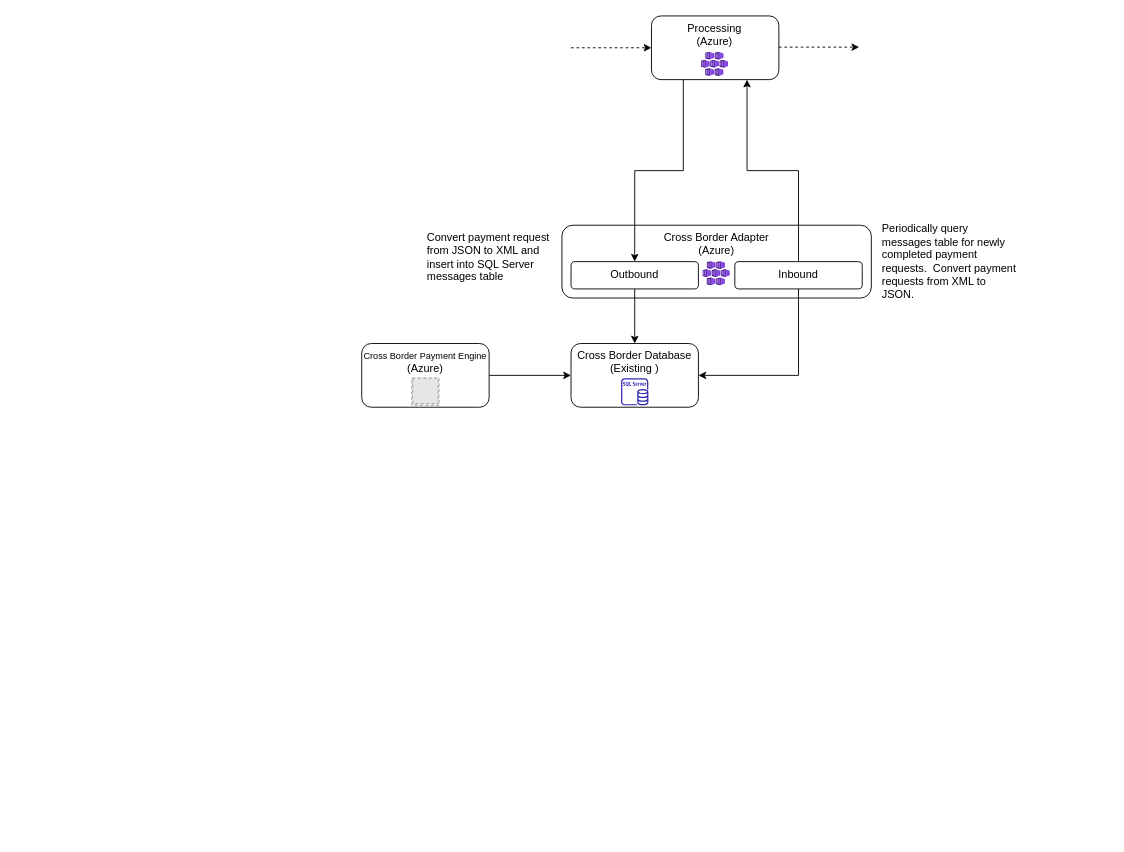
DEFRA/ffc-diagrams keeps this draw.io diagram as Payments/xb.drawio. Above is the earlier version. Source tidied: cells renumbered, new cells numbered last; positions are measured from the earlier drawing's top-left corner, leaving out a move shared by most shapes. Both pictures are drawn from the tidied source at 91%, with x=0, y=0 at pixel (361, 15). Pictures stored in the file or linked from it are replaced by grey dashed boxes.
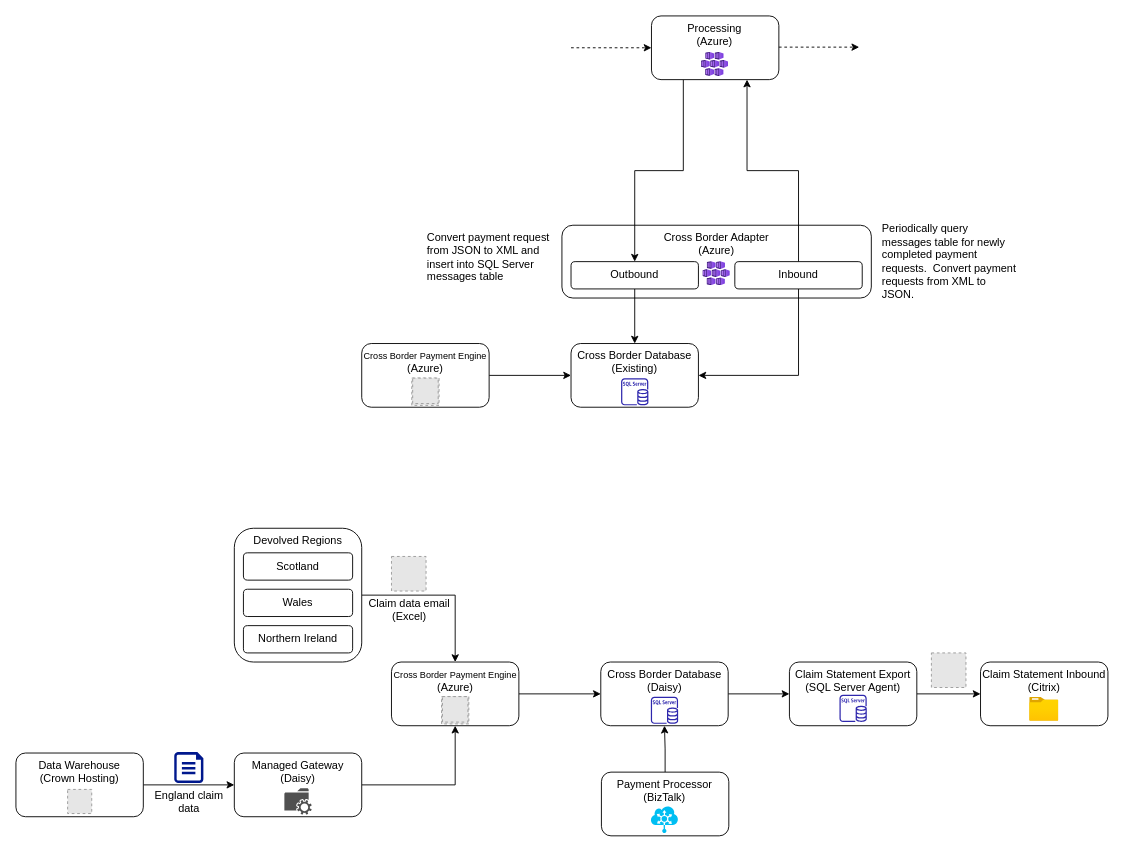
Above is the later version.

What changed in the source:
```diff
@@
+    <mxCell id="22" style="edgeStyle=orthogonalEdgeStyle;rounded=0;jettySize=auto;html=1;entryX=0.5;entryY=0;entryDx=0;entryDy=0;" parent="1" edge="1" source="23" target="28">
+      <mxGeometry relative="1" as="geometry" />
+    </mxCell>
+    <mxCell id="23" value="Devolved Regions" style="rounded=1;whiteSpace=wrap;html=1;verticalAlign=top;" parent="1" vertex="1">
+      <mxGeometry x="-140" y="563" width="140" height="147" as="geometry" />
+    </mxCell>
@@
-    <mxCell id="11" value="Cross Border Database&lt;br&gt;(Existing )" style="rounded=1;whiteSpace=wrap;html=1;verticalAlign=top;fontSize=12;" parent="1" vertex="1">
+    <mxCell id="11" value="Cross Border Database&lt;br&gt;(Existing)" style="rounded=1;whiteSpace=wrap;html=1;verticalAlign=top;fontSize=12;" parent="1" vertex="1">
       <mxGeometry x="230" y="360" width="140" height="70" as="geometry" />
     </mxCell>
@@
+    <mxCell id="24" style="edgeStyle=orthogonalEdgeStyle;rounded=0;jettySize=auto;html=1;entryX=0;entryY=0.5;entryDx=0;entryDy=0;" parent="1" edge="1" source="25" target="35">
+      <mxGeometry relative="1" as="geometry" />
+    </mxCell>
+    <mxCell id="25" value="Cross Border Database&lt;br&gt;(Daisy)" style="rounded=1;whiteSpace=wrap;html=1;verticalAlign=top;fontSize=12;" parent="1" vertex="1">
+      <mxGeometry x="262.7" y="710" width="140" height="70" as="geometry" />
+    </mxCell>
+    <mxCell id="26" style="sketch=0;fontColor=#232F3E;gradientColor=none;fillColor=#2E27AD;strokeColor=none;dashed=0;verticalLabelPosition=bottom;verticalAlign=top;align=center;html=1;fontSize=12;fontStyle=0;shape=mxgraph.aws4.rds_sql_server_instance;" parent="1" vertex="1">
+      <mxGeometry x="317.7" y="748" width="30" height="30" as="geometry" />
+    </mxCell>
+    <mxCell id="27" style="edgeStyle=orthogonalEdgeStyle;rounded=0;jettySize=auto;html=1;entryX=0;entryY=0.5;entryDx=0;entryDy=0;fontSize=10;" parent="1" edge="1" source="28" target="25">
+      <mxGeometry relative="1" as="geometry" />
+    </mxCell>
+    <mxCell id="28" value="&lt;font style=&quot;font-size: 10px;&quot;&gt;Cross Border Payment Engine&lt;/font&gt;&lt;br&gt;(Azure)" style="rounded=1;whiteSpace=wrap;html=1;verticalAlign=top;fontSize=12;" parent="1" vertex="1">
+      <mxGeometry x="32.7" y="710" width="140" height="70" as="geometry" />
+    </mxCell>
+    <mxCell id="29" style="fillColor=#E6E6E6;strokeColor=#999999;dashed=1;verticalLabelPosition=bottom;labelBackgroundColor=default;verticalAlign=top;" parent="1" vertex="1">
+      <mxGeometry x="87.7" y="748" width="30" height="30" as="geometry" />
+    </mxCell>
+    <mxCell id="30" style="fillColor=#E6E6E6;strokeColor=#999999;dashed=1;verticalLabelPosition=bottom;labelBackgroundColor=default;verticalAlign=top;" parent="1" vertex="1">
+      <mxGeometry x="88.7" y="748" width="28" height="28" as="geometry" />
+    </mxCell>
+    <mxCell id="31" style="edgeStyle=orthogonalEdgeStyle;rounded=0;jettySize=auto;html=1;entryX=0.5;entryY=1;entryDx=0;entryDy=0;" parent="1" edge="1" source="32" target="25">
+      <mxGeometry relative="1" as="geometry" />
+    </mxCell>
+    <mxCell id="32" value="Payment Processor&lt;br&gt;(BizTalk)" style="rounded=1;whiteSpace=wrap;html=1;verticalAlign=top;fontSize=12;" parent="1" vertex="1">
+      <mxGeometry x="263.4" y="831" width="140" height="70" as="geometry" />
+    </mxCell>
+    <mxCell id="33" style="verticalLabelPosition=bottom;html=1;verticalAlign=top;align=center;strokeColor=none;fillColor=#00BEF2;shape=mxgraph.azure.biztalk_services;" parent="1" vertex="1">
+      <mxGeometry x="317.7" y="868" width="30" height="30" as="geometry" />
+    </mxCell>
+    <mxCell id="34" style="edgeStyle=orthogonalEdgeStyle;rounded=0;jettySize=auto;html=1;" parent="1" edge="1" source="35" target="37">
+      <mxGeometry relative="1" as="geometry" />
+    </mxCell>
+    <mxCell id="35" value="Claim Statement Export&lt;br&gt;(SQL Server Agent)" style="rounded=1;whiteSpace=wrap;html=1;verticalAlign=top;fontSize=12;" parent="1" vertex="1">
+      <mxGeometry x="470" y="710" width="140" height="70" as="geometry" />
+    </mxCell>
+    <mxCell id="36" style="sketch=0;fontColor=#232F3E;gradientColor=none;fillColor=#2E27AD;strokeColor=none;dashed=0;verticalLabelPosition=bottom;verticalAlign=top;align=center;html=1;fontSize=12;fontStyle=0;shape=mxgraph.aws4.rds_sql_server_instance;" parent="1" vertex="1">
+      <mxGeometry x="525" y="746" width="30" height="30" as="geometry" />
+    </mxCell>
+    <mxCell id="37" value="Claim Statement Inbound&lt;br&gt;(Citrix)" style="rounded=1;whiteSpace=wrap;html=1;verticalAlign=top;fontSize=12;" parent="1" vertex="1">
+      <mxGeometry x="680" y="710" width="140" height="70" as="geometry" />
+    </mxCell>
+    <mxCell id="38" style="html=1;align=center;image;fontSize=12;image=img/lib/azure2/general/Folder_Blank.svg;" parent="1" vertex="1">
+      <mxGeometry x="734" y="749" width="32" height="26" as="geometry" />
+    </mxCell>
+    <mxCell id="39" style="fillColor=#E6E6E6;strokeColor=#999999;dashed=1;html=1;verticalAlign=top;verticalLabelPosition=bottom;labelBackgroundColor=#ffffff;" parent="1" vertex="1">
+      <mxGeometry x="626" y="700" width="38" height="38" as="geometry" />
+    </mxCell>
+    <mxCell id="40" value="Scotland" style="rounded=1;whiteSpace=wrap;html=1;" parent="1" vertex="1">
+      <mxGeometry x="-130" y="590" width="120" height="30" as="geometry" />
+    </mxCell>
+    <mxCell id="41" value="Wales" style="rounded=1;whiteSpace=wrap;html=1;" parent="1" vertex="1">
+      <mxGeometry x="-130" y="630" width="120" height="30" as="geometry" />
+    </mxCell>
+    <mxCell id="42" value="Northern Ireland" style="rounded=1;whiteSpace=wrap;html=1;" parent="1" vertex="1">
+      <mxGeometry x="-130" y="670" width="120" height="30" as="geometry" />
+    </mxCell>
+    <mxCell id="43" value="Claim data email&lt;br&gt;(Excel)" style="fillColor=#E6E6E6;strokeColor=#999999;dashed=1;html=1;verticalAlign=top;verticalLabelPosition=bottom;labelBackgroundColor=#ffffff;" parent="1" vertex="1">
+      <mxGeometry x="32.7" y="594" width="38" height="38" as="geometry" />
+    </mxCell>
+    <mxCell id="44" style="edgeStyle=orthogonalEdgeStyle;rounded=0;jettySize=auto;html=1;" parent="1" edge="1" source="45" target="49">
+      <mxGeometry relative="1" as="geometry" />
+    </mxCell>
+    <mxCell id="45" value="Data Warehouse&lt;br&gt;(Crown Hosting)" style="rounded=1;whiteSpace=wrap;html=1;verticalAlign=top;fontSize=12;" parent="1" vertex="1">
+      <mxGeometry x="-380" y="810" width="140" height="70" as="geometry" />
+    </mxCell>
+    <mxCell id="46" value="England claim&lt;br&gt;data" style="sketch=0;shadow=0;dashed=0;html=1;strokeColor=none;labelPosition=center;verticalLabelPosition=bottom;verticalAlign=top;align=center;fillColor=#00188D;shape=mxgraph.azure.file;" parent="1" vertex="1">
+      <mxGeometry x="-206" y="809" width="32" height="34" as="geometry" />
+    </mxCell>
+    <mxCell id="47" style="fillColor=#E6E6E6;strokeColor=#999999;dashed=1;verticalLabelPosition=bottom;labelBackgroundColor=default;verticalAlign=top;" parent="1" vertex="1">
+      <mxGeometry x="-323.2" y="850" width="26.5" height="26.5" as="geometry" />
+    </mxCell>
+    <mxCell id="48" style="edgeStyle=orthogonalEdgeStyle;rounded=0;jettySize=auto;html=1;entryX=0.5;entryY=1;entryDx=0;entryDy=0;" parent="1" edge="1" source="49" target="28">
+      <mxGeometry relative="1" as="geometry" />
+    </mxCell>
+    <mxCell id="49" value="Managed Gateway&lt;br&gt;(Daisy)" style="rounded=1;whiteSpace=wrap;html=1;verticalAlign=top;fontSize=12;" parent="1" vertex="1">
+      <mxGeometry x="-140" y="810" width="140" height="70" as="geometry" />
+    </mxCell>
+    <mxCell id="50" style="sketch=0;shadow=0;dashed=0;html=1;strokeColor=none;fillColor=#505050;labelPosition=center;verticalLabelPosition=bottom;verticalAlign=top;align=center;shape=mxgraph.office.services.network_file_share_service;fontSize=12;" parent="1" vertex="1">
+      <mxGeometry x="-85" y="848.8" width="30" height="28.9" as="geometry" />
+    </mxCell>
```
